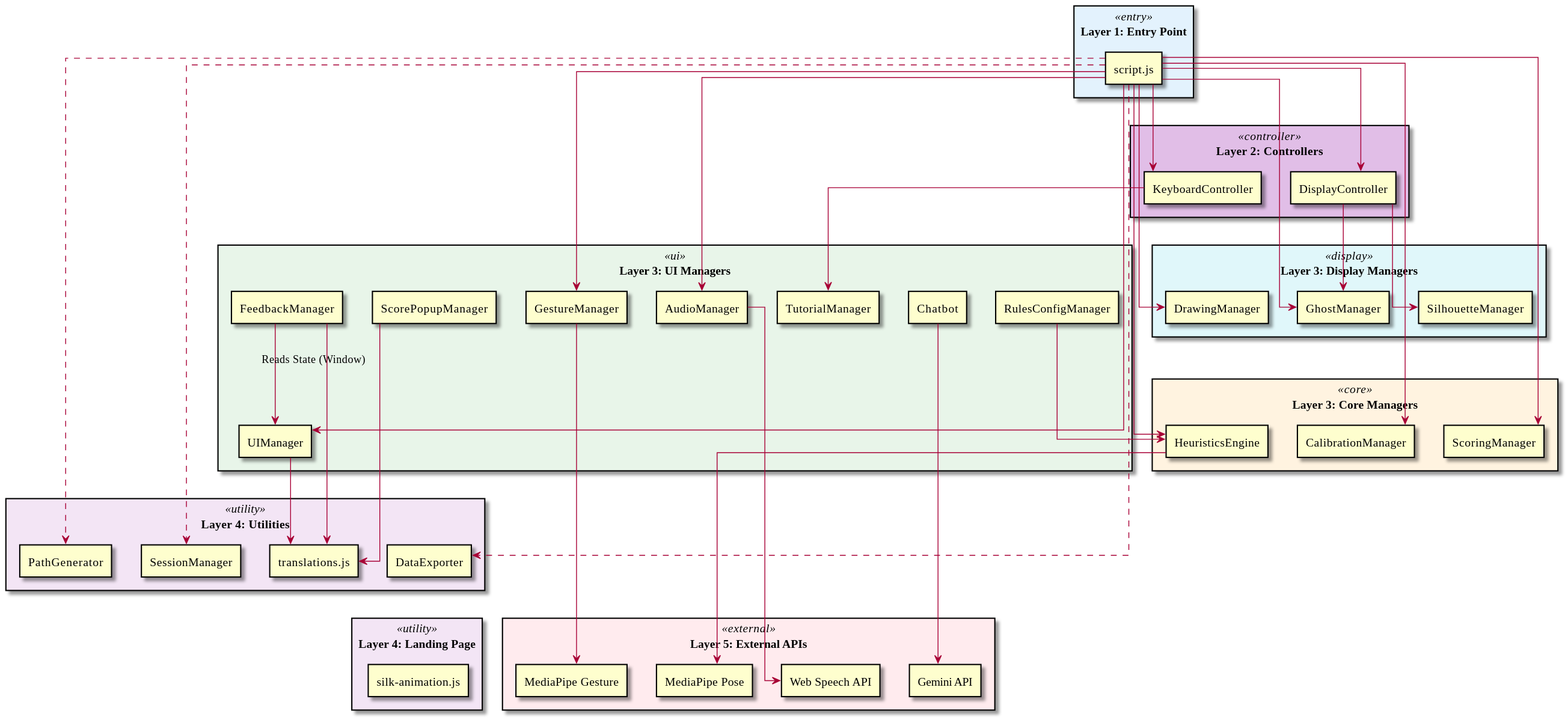
vyut/TaijiFlow keeps this PlantUML diagram as out/docs/diagrams/ModuleDependencies/ModuleDependencies.svg. Above is the earlier version.
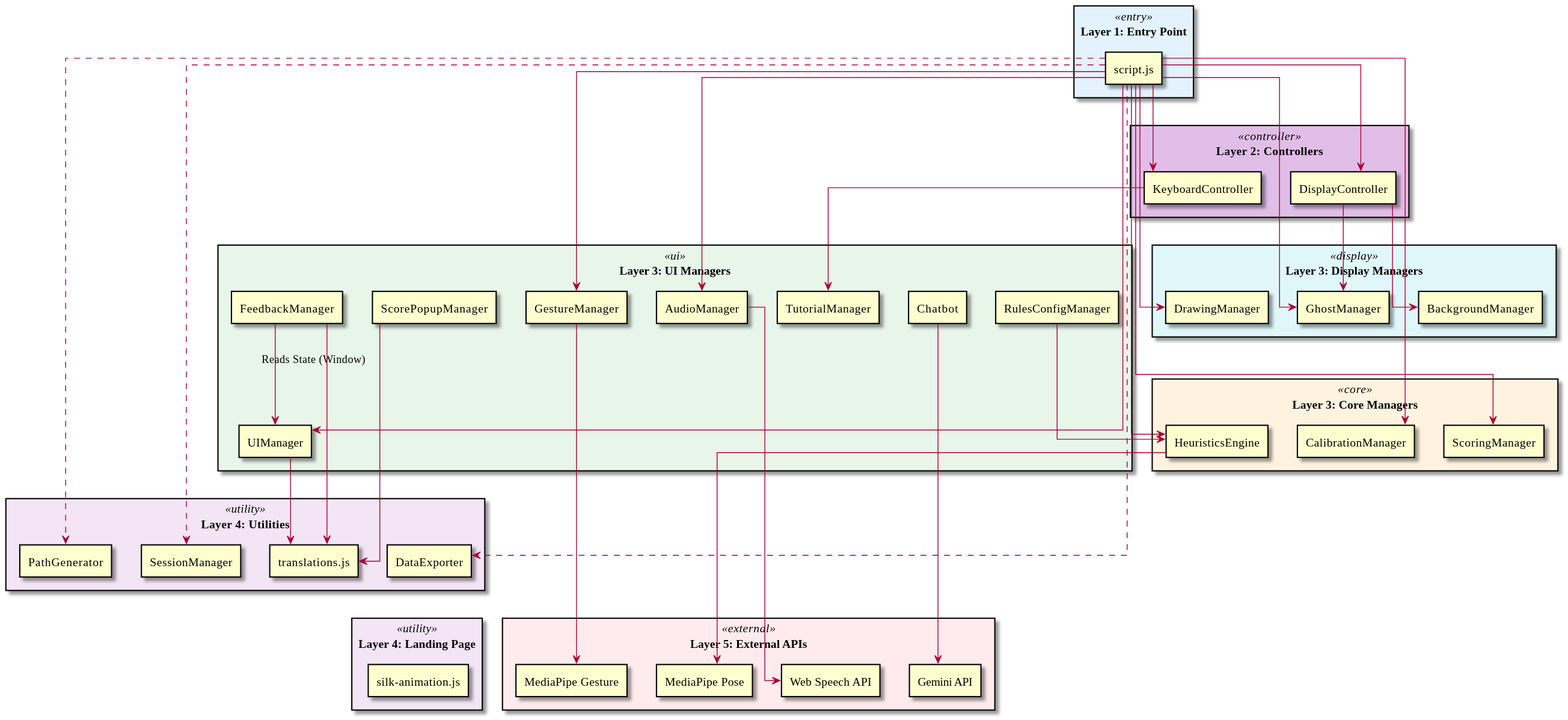
The same file after the commit.

The edit, as a diff of the source:
```diff
@@ -35,7 +35,7 @@
 package "Layer 3: Display Managers" <<display>> {
     [DrawingManager] as Drawing
     [GhostManager] as Ghost
-    [SilhouetteManager] as Silhouette
+    [BackgroundManager] as Background
 }
 
 package "Layer 3: Core Managers" <<core>> {
@@ -101,7 +101,7 @@
 Script --> Gesture
 
 DisplayCtrl --> Ghost
-DisplayCtrl --> Silhouette
+DisplayCtrl --> Background
 KeyboardCtrl --> Tutorial
 
 RulesConfig --> Heuristics
```
